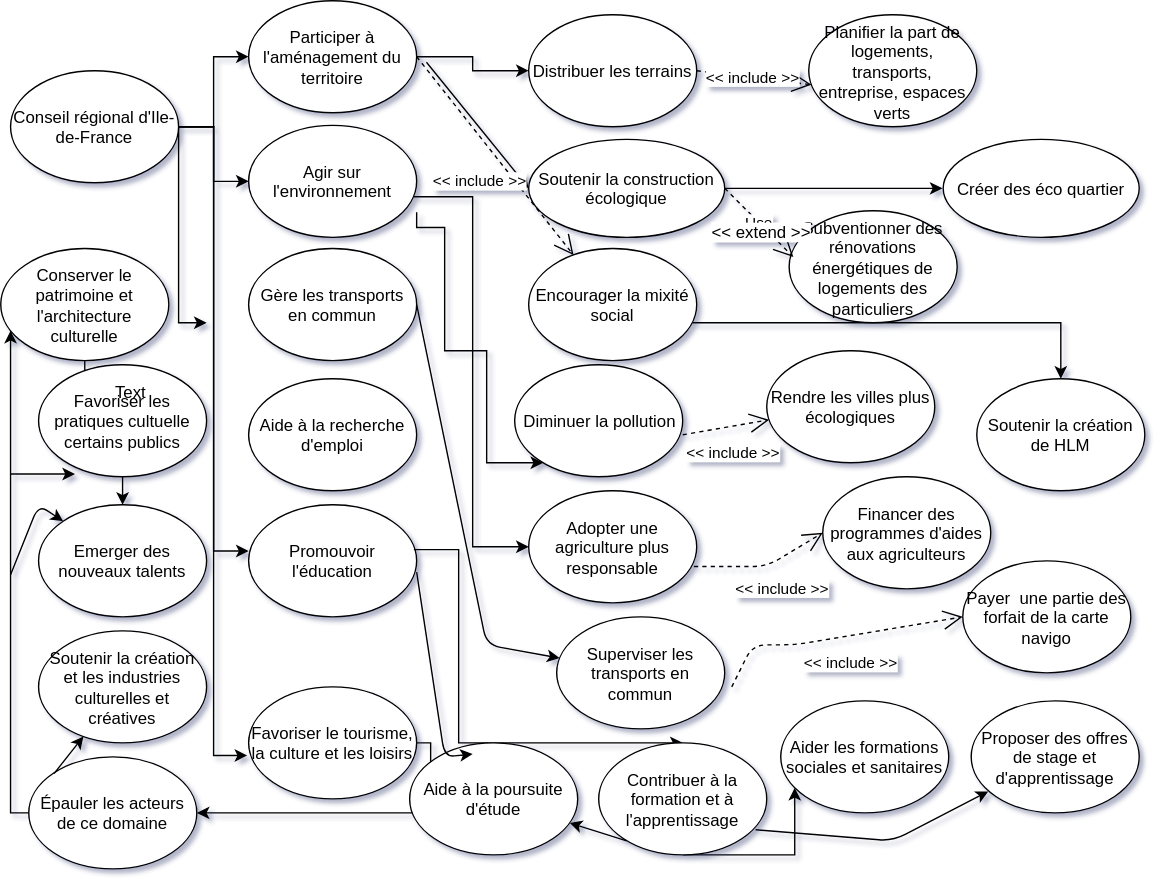
The draw.io diagram kabskik/usecase.svg in samszo/GSI-AVUN_18-19, before a commit. Source tidied: cells renumbered, new cells last; positions are measured from the earlier drawing's top-left corner, leaving out a move shared by most shapes.
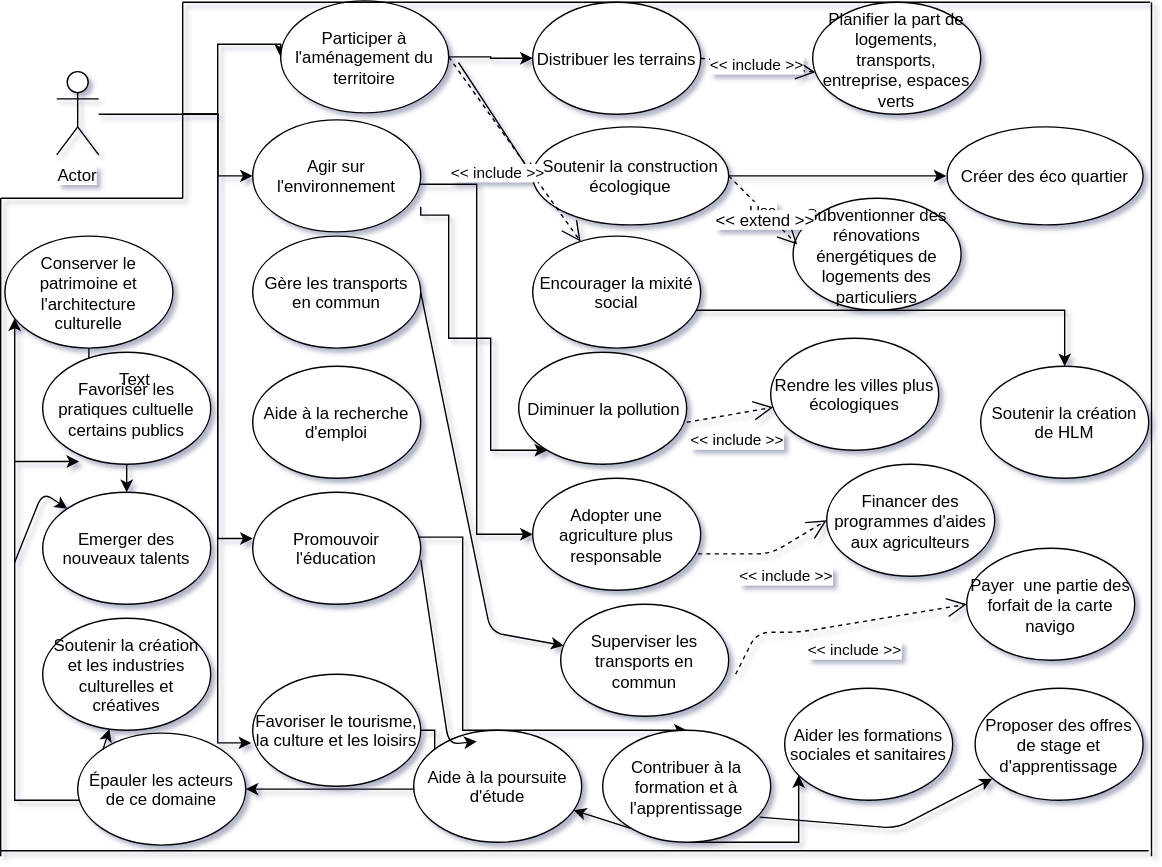
Above is the later version.

Commit message:
usecase conseil régional Ile de France

The edit, as a diff of the source:
```diff
@@ -2,34 +2,35 @@
   <root>
     <mxCell id="0" />
     <mxCell id="1" parent="0" />
-    <mxCell id="2" style="edgeStyle=orthogonalEdgeStyle;rounded=0;html=1;jettySize=auto;" parent="1" edge="1" source="7">
-      <mxGeometry relative="1" as="geometry">
-        <mxPoint x="147" y="230" as="targetPoint" />
-        <Array as="points">
-          <mxPoint x="127" y="230" />
-        </Array>
-      </mxGeometry>
-    </mxCell>
-    <mxCell id="3" style="edgeStyle=orthogonalEdgeStyle;rounded=0;html=1;jettySize=auto;entryX=0;entryY=0.413;entryDx=0;entryDy=0;entryPerimeter=0;" parent="1" edge="1" source="7" target="17">
-      <mxGeometry relative="1" as="geometry" />
+    <mxCell id="3" style="edgeStyle=orthogonalEdgeStyle;rounded=0;html=1;jettySize=auto;entryX=0;entryY=0.413;entryDx=0;entryDy=0;entryPerimeter=0;" parent="1" edge="1" target="17">
+      <mxGeometry relative="1" as="geometry">
+        <mxPoint x="127" y="90" as="sourcePoint" />
+      </mxGeometry>
     </mxCell>
-    <mxCell id="4" style="edgeStyle=orthogonalEdgeStyle;rounded=0;html=1;jettySize=auto;entryX=-0.008;entryY=0.613;entryDx=0;entryDy=0;entryPerimeter=0;" parent="1" edge="1" source="7" target="20">
-      <mxGeometry relative="1" as="geometry" />
+    <mxCell id="4" style="edgeStyle=orthogonalEdgeStyle;rounded=0;html=1;jettySize=auto;entryX=-0.008;entryY=0.613;entryDx=0;entryDy=0;entryPerimeter=0;" parent="1" edge="1" target="20">
+      <mxGeometry relative="1" as="geometry">
+        <mxPoint x="127" y="90" as="sourcePoint" />
+      </mxGeometry>
     </mxCell>
-    <mxCell id="5" style="edgeStyle=orthogonalEdgeStyle;rounded=0;html=1;jettySize=auto;entryX=0;entryY=0.5;entryDx=0;entryDy=0;" parent="1" edge="1" source="7" target="13">
-      <mxGeometry relative="1" as="geometry" />
+    <mxCell id="5" style="edgeStyle=orthogonalEdgeStyle;rounded=0;html=1;jettySize=auto;entryX=0;entryY=0.5;entryDx=0;entryDy=0;" parent="1" edge="1" target="13">
+      <mxGeometry relative="1" as="geometry">
+        <mxPoint x="127" y="90" as="sourcePoint" />
+      </mxGeometry>
     </mxCell>
-    <mxCell id="6" style="edgeStyle=orthogonalEdgeStyle;rounded=0;html=1;jettySize=auto;entryX=0;entryY=0.5;entryDx=0;entryDy=0;" parent="1" edge="1" source="7" target="9">
-      <mxGeometry relative="1" as="geometry" />
+    <mxCell id="6" style="edgeStyle=orthogonalEdgeStyle;rounded=0;html=1;jettySize=auto;entryX=0;entryY=0.5;entryDx=0;entryDy=0;" parent="1" edge="1" target="9">
+      <mxGeometry relative="1" as="geometry">
+        <mxPoint x="67" y="90" as="sourcePoint" />
+        <Array as="points">
+          <mxPoint x="152" y="90" />
+          <mxPoint x="152" y="40" />
+        </Array>
+      </mxGeometry>
     </mxCell>
-    <mxCell id="7" value="Conseil régional d'Ile-de-France" style="ellipse;whiteSpace=wrap;html=1;" parent="1" vertex="1">
-      <mxGeometry x="7" y="50" width="120" height="80" as="geometry" />
-    </mxCell>
     <mxCell id="8" style="edgeStyle=orthogonalEdgeStyle;rounded=0;html=1;jettySize=auto;" parent="1" edge="1" source="9" target="10">
       <mxGeometry relative="1" as="geometry" />
     </mxCell>
     <mxCell id="9" value="Participer à l'aménagement du territoire" style="ellipse;whiteSpace=wrap;html=1;" parent="1" vertex="1">
-      <mxGeometry x="177" width="120" height="80" as="geometry" />
+      <mxGeometry x="197" y="9" width="120" height="80" as="geometry" />
     </mxCell>
     <mxCell id="10" value="Distribuer les terrains" style="ellipse;whiteSpace=wrap;html=1;" parent="1" vertex="1">
       <mxGeometry x="377" y="10" width="120" height="80" as="geometry" />
@@ -45,7 +46,7 @@
       </mxGeometry>
     </mxCell>
     <mxCell id="13" value="Agir sur l'environnement" style="ellipse;whiteSpace=wrap;html=1;" parent="1" vertex="1">
-      <mxGeometry x="177" y="89" width="120" height="80" as="geometry" />
+      <mxGeometry x="177" y="94" width="120" height="80" as="geometry" />
     </mxCell>
     <mxCell id="14" style="edgeStyle=orthogonalEdgeStyle;rounded=0;html=1;jettySize=auto;exitX=1;exitY=0.775;exitDx=0;exitDy=0;exitPerimeter=0;" parent="1" edge="1" source="13" target="38">
       <mxGeometry relative="1" as="geometry">
@@ -89,7 +90,7 @@
       <mxGeometry relative="1" as="geometry" />
     </mxCell>
     <mxCell id="22" value="Épauler les acteurs de ce domaine" style="ellipse;whiteSpace=wrap;html=1;" parent="1" vertex="1">
-      <mxGeometry x="20" y="540" width="120" height="80" as="geometry" />
+      <mxGeometry x="52" y="532" width="120" height="80" as="geometry" />
     </mxCell>
     <mxCell id="23" style="edgeStyle=orthogonalEdgeStyle;rounded=0;html=1;jettySize=auto;" parent="1" edge="1" source="24" target="25">
       <mxGeometry relative="1" as="geometry">
@@ -254,5 +255,41 @@
         </Array>
       </mxGeometry>
     </mxCell>
+    <mxCell id="62" value="Actor" style="shape=umlActor;verticalLabelPosition=bottom;labelBackgroundColor=#ffffff;verticalAlign=top;html=1;" parent="1" vertex="1">
+      <mxGeometry x="37" y="59" width="30" height="60" as="geometry" />
+    </mxCell>
+    <mxCell id="63" style="line;strokeWidth=1;fillColor=none;align=left;verticalAlign=middle;spacingTop=-1;spacingLeft=3;spacingRight=3;labelPosition=right;" parent="1" vertex="1">
+      <mxGeometry x="-3" y="612" width="820" height="8" as="geometry" />
+    </mxCell>
+    <mxCell id="64" style="endArrow=none;html=1;" parent="1" edge="1">
+      <mxGeometry relative="1" as="geometry">
+        <mxPoint x="819" y="620" as="sourcePoint" />
+        <mxPoint x="819" y="10" as="targetPoint" />
+      </mxGeometry>
+    </mxCell>
+    <mxCell id="65" style="endArrow=none;html=1;" parent="1" edge="1">
+      <mxGeometry relative="1" as="geometry">
+        <mxPoint x="-3" y="620" as="sourcePoint" />
+        <mxPoint x="-3" y="150" as="targetPoint" />
+      </mxGeometry>
+    </mxCell>
+    <mxCell id="66" style="endArrow=none;html=1;" parent="1" edge="1">
+      <mxGeometry relative="1" as="geometry">
+        <mxPoint x="-3" y="150" as="sourcePoint" />
+        <mxPoint x="127" y="150" as="targetPoint" />
+      </mxGeometry>
+    </mxCell>
+    <mxCell id="67" style="endArrow=none;html=1;" parent="1" edge="1">
+      <mxGeometry relative="1" as="geometry">
+        <mxPoint x="127" y="150" as="sourcePoint" />
+        <mxPoint x="127" y="10" as="targetPoint" />
+      </mxGeometry>
+    </mxCell>
+    <mxCell id="68" style="endArrow=none;html=1;" parent="1" edge="1">
+      <mxGeometry relative="1" as="geometry">
+        <mxPoint x="127" y="10" as="sourcePoint" />
+        <mxPoint x="818" y="10" as="targetPoint" />
+      </mxGeometry>
+    </mxCell>
   </root>
 </mxGraphModel>
```
